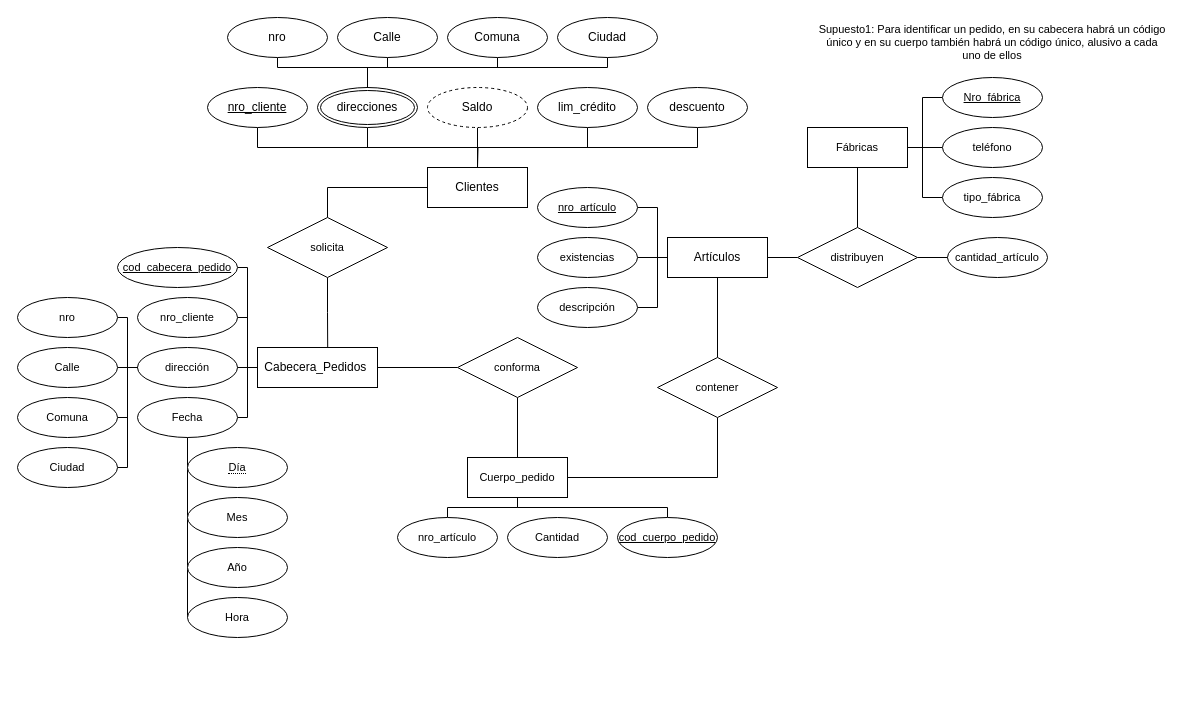
Before: Ventas-C09.drawio in Titosky21/Diagramas_E-R, a draw.io diagram. Source tidied: cells renumbered, new cells numbered last; positions are measured from the earlier drawing's top-left corner, leaving out a move shared by most shapes. Both pictures are drawn from the tidied source at 100%, with x=0, y=0 at pixel (17, 17).
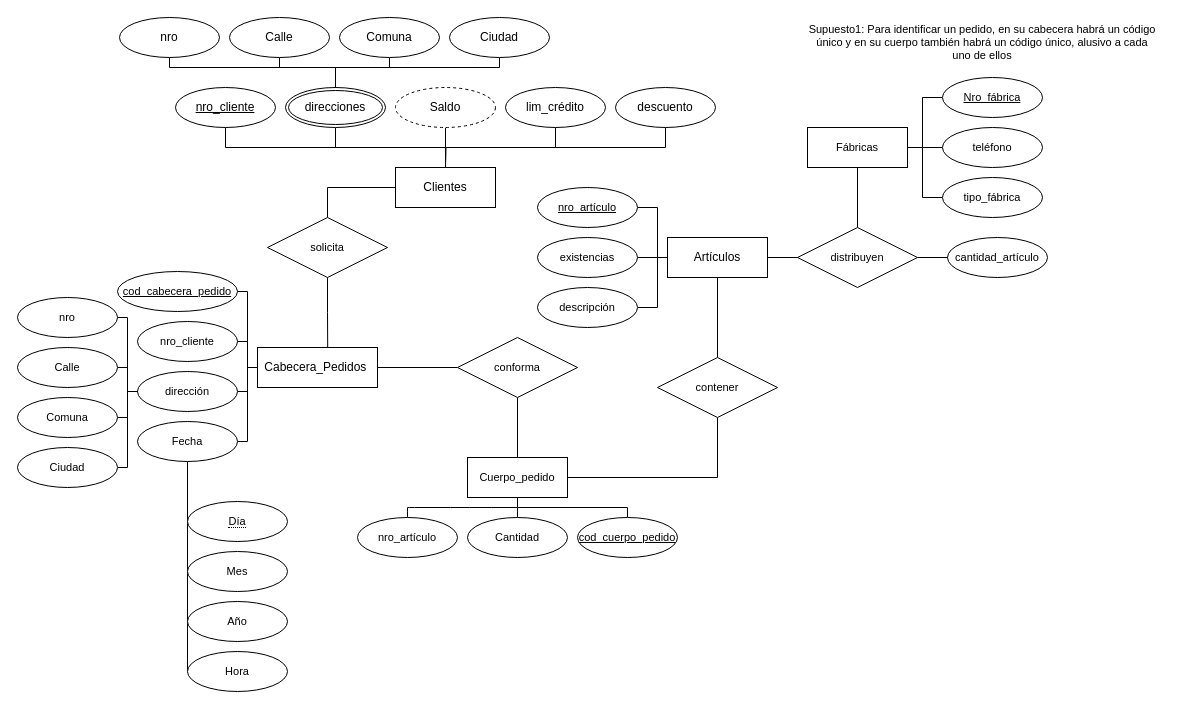
Above is the later version.

Unchanged cells that the change refers to:
```xml
<mxCell id="11" value="Cabecera_Pedidos&amp;nbsp;" style="whiteSpace=wrap;html=1;align=center;" parent="1" vertex="1">
  <mxGeometry x="240" y="330" width="120" height="40" as="geometry" />
</mxCell>
<mxCell id="40" value="Cuerpo_pedido" style="whiteSpace=wrap;html=1;align=center;fontFamily=Helvetica;fontSize=11;fontColor=default;" parent="1" vertex="1">
  <mxGeometry x="450" y="440" width="100" height="40" as="geometry" />
</mxCell>
<mxCell id="48" value="nro" style="ellipse;whiteSpace=wrap;html=1;align=center;fontFamily=Helvetica;fontSize=11;fontColor=default;" parent="1" vertex="1">
  <mxGeometry y="280" width="100" height="40" as="geometry" />
</mxCell>
<mxCell id="50" value="Calle" style="ellipse;whiteSpace=wrap;html=1;align=center;fontFamily=Helvetica;fontSize=11;fontColor=default;" parent="1" vertex="1">
  <mxGeometry y="330" width="100" height="40" as="geometry" />
</mxCell>
<mxCell id="52" value="Comuna" style="ellipse;whiteSpace=wrap;html=1;align=center;fontFamily=Helvetica;fontSize=11;fontColor=default;" parent="1" vertex="1">
  <mxGeometry y="380" width="100" height="40" as="geometry" />
</mxCell>
<mxCell id="54" value="Ciudad" style="ellipse;whiteSpace=wrap;html=1;align=center;fontFamily=Helvetica;fontSize=11;fontColor=default;" parent="1" vertex="1">
  <mxGeometry y="430" width="100" height="40" as="geometry" />
</mxCell>
<mxCell id="70" value="solicita" style="shape=rhombus;perimeter=rhombusPerimeter;whiteSpace=wrap;html=1;align=center;fontFamily=Helvetica;fontSize=11;fontColor=default;" parent="1" vertex="1">
  <mxGeometry x="250" y="200" width="120" height="60" as="geometry" />
</mxCell>
```

Change to the diagram source:
```diff
@@
-    <mxCell id="2" style="edgeStyle=orthogonalEdgeStyle;shape=connector;rounded=0;jettySize=auto;html=1;entryX=0.5;entryY=0;entryDx=0;entryDy=0;labelBackgroundColor=default;strokeColor=default;fontFamily=Helvetica;fontSize=11;fontColor=default;endArrow=none;endFill=0;" parent="1" edge="1" source="3" target="70">
-      <mxGeometry relative="1" as="geometry" />
+    <mxCell id="2" style="edgeStyle=orthogonalEdgeStyle;shape=connector;rounded=0;jettySize=auto;html=1;entryX=0.5;entryY=0;entryDx=0;entryDy=0;labelBackgroundColor=default;strokeColor=default;fontFamily=Helvetica;fontSize=11;fontColor=default;endArrow=none;endFill=0;" parent="1" edge="1" target="70">
+      <mxGeometry relative="1" as="geometry">
+        <mxPoint x="407" y="170" as="sourcePoint" />
+        <Array as="points">
+          <mxPoint x="310" y="170" />
+        </Array>
+      </mxGeometry>
     </mxCell>
     <mxCell id="3" value="Clientes" style="whiteSpace=wrap;html=1;align=center;" parent="1" vertex="1">
-      <mxGeometry x="410" y="150" width="100" height="40" as="geometry" />
+      <mxGeometry x="378" y="150" width="100" height="40" as="geometry" />
     </mxCell>
@@
     <mxCell id="6" style="edgeStyle=orthogonalEdgeStyle;shape=connector;rounded=0;jettySize=auto;html=1;exitX=0;exitY=0.5;exitDx=0;exitDy=0;entryX=1;entryY=0.5;entryDx=0;entryDy=0;labelBackgroundColor=default;strokeColor=default;fontFamily=Helvetica;fontSize=11;fontColor=default;endArrow=none;endFill=0;" parent="1" edge="1" source="11" target="67">
       <mxGeometry relative="1" as="geometry">
         <Array as="points">
           <mxPoint x="230" y="350" />
-          <mxPoint x="230" y="250" />
+          <mxPoint x="230" y="274" />
         </Array>
       </mxGeometry>
     </mxCell>
     <mxCell id="7" style="edgeStyle=orthogonalEdgeStyle;shape=connector;rounded=0;jettySize=auto;html=1;exitX=0;exitY=0.5;exitDx=0;exitDy=0;entryX=1;entryY=0.5;entryDx=0;entryDy=0;labelBackgroundColor=default;strokeColor=default;fontFamily=Helvetica;fontSize=11;fontColor=default;endArrow=none;endFill=0;" parent="1" edge="1" source="11" target="41">
       <mxGeometry relative="1" as="geometry">
         <Array as="points">
           <mxPoint x="230" y="350" />
-          <mxPoint x="230" y="300" />
+          <mxPoint x="230" y="324" />
         </Array>
       </mxGeometry>
     </mxCell>
-    <mxCell id="8" style="edgeStyle=orthogonalEdgeStyle;shape=connector;rounded=0;jettySize=auto;html=1;exitX=0;exitY=0.5;exitDx=0;exitDy=0;labelBackgroundColor=default;strokeColor=default;fontFamily=Helvetica;fontSize=11;fontColor=default;endArrow=none;endFill=0;" parent="1" edge="1" source="11" target="43">
-      <mxGeometry relative="1" as="geometry" />
+    <mxCell id="8" style="edgeStyle=orthogonalEdgeStyle;shape=connector;rounded=0;jettySize=auto;html=1;labelBackgroundColor=default;strokeColor=default;fontFamily=Helvetica;fontSize=11;fontColor=default;endArrow=none;endFill=0;" parent="1" edge="1" target="43">
+      <mxGeometry relative="1" as="geometry">
+        <mxPoint x="230" y="350" as="sourcePoint" />
+        <Array as="points">
+          <mxPoint x="230" y="374" />
+        </Array>
+      </mxGeometry>
     </mxCell>
     <mxCell id="9" style="edgeStyle=orthogonalEdgeStyle;shape=connector;rounded=0;jettySize=auto;html=1;exitX=0;exitY=0.5;exitDx=0;exitDy=0;entryX=1;entryY=0.5;entryDx=0;entryDy=0;labelBackgroundColor=default;strokeColor=default;fontFamily=Helvetica;fontSize=11;fontColor=default;endArrow=none;endFill=0;" parent="1" edge="1" source="11" target="47">
       <mxGeometry relative="1" as="geometry">
         <Array as="points">
           <mxPoint x="230" y="350" />
-          <mxPoint x="230" y="400" />
+          <mxPoint x="230" y="424" />
         </Array>
       </mxGeometry>
     </mxCell>
@@
     <mxCell id="13" value="nro_cliente" style="ellipse;whiteSpace=wrap;html=1;align=center;fontStyle=4;" parent="1" vertex="1">
-      <mxGeometry x="190" y="70" width="100" height="40" as="geometry" />
+      <mxGeometry x="158" y="70" width="100" height="40" as="geometry" />
     </mxCell>
@@
     <mxCell id="15" value="direcciones" style="ellipse;shape=doubleEllipse;margin=3;whiteSpace=wrap;html=1;align=center;" parent="1" vertex="1">
-      <mxGeometry x="300" y="70" width="100" height="40" as="geometry" />
+      <mxGeometry x="268" y="70" width="100" height="40" as="geometry" />
     </mxCell>
     <mxCell id="16" style="edgeStyle=orthogonalEdgeStyle;shape=connector;rounded=0;jettySize=auto;html=1;exitX=0.5;exitY=1;exitDx=0;exitDy=0;labelBackgroundColor=default;strokeColor=default;fontFamily=Helvetica;fontSize=11;fontColor=default;endArrow=none;endFill=0;" parent="1" edge="1" source="17" target="15">
       <mxGeometry relative="1" as="geometry">
         <Array as="points">
-          <mxPoint x="260" y="50" />
-          <mxPoint x="350" y="50" />
+          <mxPoint x="152" y="50" />
+          <mxPoint x="318" y="50" />
         </Array>
       </mxGeometry>
     </mxCell>
     <mxCell id="17" value="nro" style="ellipse;whiteSpace=wrap;html=1;align=center;" parent="1" vertex="1">
-      <mxGeometry x="210" width="100" height="40" as="geometry" />
+      <mxGeometry x="102" width="100" height="40" as="geometry" />
     </mxCell>
     <mxCell id="18" style="edgeStyle=orthogonalEdgeStyle;shape=connector;rounded=0;jettySize=auto;html=1;exitX=0.5;exitY=1;exitDx=0;exitDy=0;entryX=0.5;entryY=0;entryDx=0;entryDy=0;labelBackgroundColor=default;strokeColor=default;fontFamily=Helvetica;fontSize=11;fontColor=default;endArrow=none;endFill=0;" parent="1" edge="1" source="19" target="15">
       <mxGeometry relative="1" as="geometry">
         <Array as="points">
-          <mxPoint x="370" y="50" />
-          <mxPoint x="350" y="50" />
+          <mxPoint x="262" y="50" />
+          <mxPoint x="318" y="50" />
         </Array>
       </mxGeometry>
     </mxCell>
     <mxCell id="19" value="Calle" style="ellipse;whiteSpace=wrap;html=1;align=center;" parent="1" vertex="1">
-      <mxGeometry x="320" width="100" height="40" as="geometry" />
+      <mxGeometry x="212" width="100" height="40" as="geometry" />
     </mxCell>
-    <mxCell id="20" style="edgeStyle=orthogonalEdgeStyle;shape=connector;rounded=0;jettySize=auto;html=1;labelBackgroundColor=default;strokeColor=default;fontFamily=Helvetica;fontSize=11;fontColor=default;endArrow=none;endFill=0;" parent="1" edge="1" source="21" target="15">
+    <mxCell id="20" style="edgeStyle=orthogonalEdgeStyle;shape=connector;rounded=0;jettySize=auto;html=1;labelBackgroundColor=default;strokeColor=default;fontFamily=Helvetica;fontSize=11;fontColor=default;endArrow=none;endFill=0;exitX=0.5;exitY=1;exitDx=0;exitDy=0;" parent="1" edge="1" source="21" target="15">
       <mxGeometry relative="1" as="geometry">
         <Array as="points">
-          <mxPoint x="480" y="50" />
-          <mxPoint x="350" y="50" />
+          <mxPoint x="372" y="50" />
+          <mxPoint x="318" y="50" />
         </Array>
       </mxGeometry>
     </mxCell>
     <mxCell id="21" value="Comuna" style="ellipse;whiteSpace=wrap;html=1;align=center;" parent="1" vertex="1">
-      <mxGeometry x="430" width="100" height="40" as="geometry" />
+      <mxGeometry x="322" width="100" height="40" as="geometry" />
     </mxCell>
-    <mxCell id="22" style="edgeStyle=orthogonalEdgeStyle;shape=connector;rounded=0;jettySize=auto;html=1;labelBackgroundColor=default;strokeColor=default;fontFamily=Helvetica;fontSize=11;fontColor=default;endArrow=none;endFill=0;" parent="1" edge="1" source="23">
+    <mxCell id="22" style="edgeStyle=orthogonalEdgeStyle;shape=connector;rounded=0;jettySize=auto;html=1;labelBackgroundColor=default;strokeColor=default;fontFamily=Helvetica;fontSize=11;fontColor=default;endArrow=none;endFill=0;exitX=0.5;exitY=1;exitDx=0;exitDy=0;" parent="1" edge="1" source="23">
       <mxGeometry relative="1" as="geometry">
-        <mxPoint x="350" y="70" as="targetPoint" />
+        <mxPoint x="318" y="70" as="targetPoint" />
         <Array as="points">
-          <mxPoint x="590" y="50" />
-          <mxPoint x="350" y="50" />
+          <mxPoint x="482" y="50" />
+          <mxPoint x="318" y="50" />
         </Array>
       </mxGeometry>
     </mxCell>
     <mxCell id="23" value="Ciudad" style="ellipse;whiteSpace=wrap;html=1;align=center;" parent="1" vertex="1">
-      <mxGeometry x="540" width="100" height="40" as="geometry" />
+      <mxGeometry x="432" width="100" height="40" as="geometry" />
     </mxCell>
     <mxCell id="24" style="edgeStyle=orthogonalEdgeStyle;shape=connector;rounded=0;jettySize=auto;html=1;labelBackgroundColor=default;strokeColor=default;fontFamily=Helvetica;fontSize=11;fontColor=default;endArrow=none;endFill=0;" parent="1" edge="1" source="25">
       <mxGeometry relative="1" as="geometry">
-        <mxPoint x="460" y="150" as="targetPoint" />
+        <mxPoint x="428" y="150" as="targetPoint" />
       </mxGeometry>
     </mxCell>
     <mxCell id="25" value="Saldo" style="ellipse;whiteSpace=wrap;html=1;align=center;dashed=1;" parent="1" vertex="1">
-      <mxGeometry x="410" y="70" width="100" height="40" as="geometry" />
+      <mxGeometry x="378" y="70" width="100" height="40" as="geometry" />
     </mxCell>
     <mxCell id="26" style="edgeStyle=orthogonalEdgeStyle;shape=connector;rounded=0;jettySize=auto;html=1;exitX=0.5;exitY=1;exitDx=0;exitDy=0;labelBackgroundColor=default;strokeColor=default;fontFamily=Helvetica;fontSize=11;fontColor=default;endArrow=none;endFill=0;" parent="1" edge="1" source="27">
       <mxGeometry relative="1" as="geometry">
-        <mxPoint x="460" y="150" as="targetPoint" />
+        <mxPoint x="428" y="150" as="targetPoint" />
       </mxGeometry>
     </mxCell>
     <mxCell id="27" value="lim_crédito" style="ellipse;whiteSpace=wrap;html=1;align=center;" parent="1" vertex="1">
-      <mxGeometry x="520" y="70" width="100" height="40" as="geometry" />
+      <mxGeometry x="488" y="70" width="100" height="40" as="geometry" />
     </mxCell>
     <mxCell id="28" style="edgeStyle=orthogonalEdgeStyle;shape=connector;rounded=0;jettySize=auto;html=1;labelBackgroundColor=default;strokeColor=default;fontFamily=Helvetica;fontSize=11;fontColor=default;endArrow=none;endFill=0;" parent="1" edge="1" source="29" target="3">
       <mxGeometry relative="1" as="geometry">
         <Array as="points">
-          <mxPoint x="680" y="130" />
-          <mxPoint x="460" y="130" />
+          <mxPoint x="648" y="130" />
+          <mxPoint x="428" y="130" />
         </Array>
       </mxGeometry>
     </mxCell>
     <mxCell id="29" value="descuento" style="ellipse;whiteSpace=wrap;html=1;align=center;" parent="1" vertex="1">
-      <mxGeometry x="630" y="70" width="100" height="40" as="geometry" />
+      <mxGeometry x="598" y="70" width="100" height="40" as="geometry" />
     </mxCell>
@@
-    <mxCell id="37" style="edgeStyle=orthogonalEdgeStyle;shape=connector;rounded=0;jettySize=auto;html=1;exitX=0.5;exitY=1;exitDx=0;exitDy=0;entryX=0.5;entryY=0;entryDx=0;entryDy=0;labelBackgroundColor=default;strokeColor=default;fontFamily=Helvetica;fontSize=11;fontColor=default;endArrow=none;endFill=0;" parent="1" edge="1" source="40" target="59">
-      <mxGeometry relative="1" as="geometry">
-        <Array as="points">
-          <mxPoint x="500" y="490" />
-          <mxPoint x="430" y="490" />
-        </Array>
-      </mxGeometry>
-    </mxCell>
     <mxCell id="38" style="edgeStyle=orthogonalEdgeStyle;shape=connector;rounded=0;jettySize=auto;html=1;entryX=0.5;entryY=0;entryDx=0;entryDy=0;labelBackgroundColor=default;strokeColor=default;fontFamily=Helvetica;fontSize=11;fontColor=default;endArrow=none;endFill=0;" parent="1" edge="1" source="40" target="68">
       <mxGeometry relative="1" as="geometry">
         <Array as="points">
           <mxPoint x="500" y="490" />
-          <mxPoint x="650" y="490" />
+          <mxPoint x="610" y="490" />
         </Array>
       </mxGeometry>
     </mxCell>
@@
     <mxCell id="41" value="nro_cliente" style="ellipse;whiteSpace=wrap;html=1;align=center;fontFamily=Helvetica;fontSize=11;fontColor=default;" parent="1" vertex="1">
-      <mxGeometry x="120" y="280" width="100" height="40" as="geometry" />
+      <mxGeometry x="120" y="304" width="100" height="40" as="geometry" />
     </mxCell>
     <mxCell id="42" style="edgeStyle=orthogonalEdgeStyle;shape=connector;rounded=0;jettySize=auto;html=1;exitX=0;exitY=0.5;exitDx=0;exitDy=0;entryX=1;entryY=0.5;entryDx=0;entryDy=0;labelBackgroundColor=default;strokeColor=default;fontFamily=Helvetica;fontSize=11;fontColor=default;endArrow=none;endFill=0;" parent="1" edge="1" source="43" target="48">
       <mxGeometry relative="1" as="geometry">
         <Array as="points">
-          <mxPoint x="110" y="350" />
+          <mxPoint x="110" y="374" />
           <mxPoint x="110" y="300" />
         </Array>
       </mxGeometry>
     </mxCell>
     <mxCell id="43" value="dirección" style="ellipse;whiteSpace=wrap;html=1;align=center;fontFamily=Helvetica;fontSize=11;fontColor=default;" parent="1" vertex="1">
-      <mxGeometry x="120" y="330" width="100" height="40" as="geometry" />
+      <mxGeometry x="120" y="354" width="100" height="40" as="geometry" />
     </mxCell>
@@
     <mxCell id="47" value="Fecha" style="ellipse;whiteSpace=wrap;html=1;align=center;fontFamily=Helvetica;fontSize=11;fontColor=default;" parent="1" vertex="1">
-      <mxGeometry x="120" y="380" width="100" height="40" as="geometry" />
+      <mxGeometry x="120" y="404" width="100" height="40" as="geometry" />
     </mxCell>
@@
     <mxCell id="49" style="edgeStyle=orthogonalEdgeStyle;shape=connector;rounded=0;jettySize=auto;html=1;exitX=1;exitY=0.5;exitDx=0;exitDy=0;entryX=0;entryY=0.5;entryDx=0;entryDy=0;labelBackgroundColor=default;strokeColor=default;fontFamily=Helvetica;fontSize=11;fontColor=default;endArrow=none;endFill=0;" parent="1" edge="1" source="50" target="43">
-      <mxGeometry relative="1" as="geometry" />
+      <mxGeometry relative="1" as="geometry">
+        <Array as="points">
+          <mxPoint x="110" y="350" />
+          <mxPoint x="110" y="374" />
+        </Array>
+      </mxGeometry>
     </mxCell>
@@
     <mxCell id="51" style="edgeStyle=orthogonalEdgeStyle;shape=connector;rounded=0;jettySize=auto;html=1;exitX=1;exitY=0.5;exitDx=0;exitDy=0;labelBackgroundColor=default;strokeColor=default;fontFamily=Helvetica;fontSize=11;fontColor=default;endArrow=none;endFill=0;" parent="1" edge="1" source="52">
       <mxGeometry relative="1" as="geometry">
-        <mxPoint x="120" y="350" as="targetPoint" />
+        <mxPoint x="120" y="374" as="targetPoint" />
         <Array as="points">
           <mxPoint x="110" y="400" />
-          <mxPoint x="110" y="350" />
+          <mxPoint x="110" y="374" />
         </Array>
       </mxGeometry>
     </mxCell>
@@
     <mxCell id="53" style="edgeStyle=orthogonalEdgeStyle;shape=connector;rounded=0;jettySize=auto;html=1;exitX=1;exitY=0.5;exitDx=0;exitDy=0;labelBackgroundColor=default;strokeColor=default;fontFamily=Helvetica;fontSize=11;fontColor=default;endArrow=none;endFill=0;" parent="1" edge="1" source="54">
       <mxGeometry relative="1" as="geometry">
-        <mxPoint x="120" y="350" as="targetPoint" />
+        <mxPoint x="120" y="374" as="targetPoint" />
         <Array as="points">
           <mxPoint x="110" y="450" />
-          <mxPoint x="110" y="350" />
+          <mxPoint x="110" y="374" />
         </Array>
       </mxGeometry>
     </mxCell>
@@
     <mxCell id="55" value="&lt;span style=&quot;border-bottom: 1px dotted&quot;&gt;Día&lt;/span&gt;" style="ellipse;whiteSpace=wrap;html=1;align=center;fontFamily=Helvetica;fontSize=11;fontColor=default;" parent="1" vertex="1">
-      <mxGeometry x="170" y="430" width="100" height="40" as="geometry" />
+      <mxGeometry x="170" y="484" width="100" height="40" as="geometry" />
     </mxCell>
     <mxCell id="56" value="Mes" style="ellipse;whiteSpace=wrap;html=1;align=center;fontFamily=Helvetica;fontSize=11;fontColor=default;" parent="1" vertex="1">
-      <mxGeometry x="170" y="480" width="100" height="40" as="geometry" />
+      <mxGeometry x="170" y="534" width="100" height="40" as="geometry" />
     </mxCell>
     <mxCell id="57" value="Año" style="ellipse;whiteSpace=wrap;html=1;align=center;fontFamily=Helvetica;fontSize=11;fontColor=default;" parent="1" vertex="1">
-      <mxGeometry x="170" y="530" width="100" height="40" as="geometry" />
+      <mxGeometry x="170" y="584" width="100" height="40" as="geometry" />
     </mxCell>
     <mxCell id="58" value="Hora" style="ellipse;whiteSpace=wrap;html=1;align=center;fontFamily=Helvetica;fontSize=11;fontColor=default;" parent="1" vertex="1">
-      <mxGeometry x="170" y="580" width="100" height="40" as="geometry" />
+      <mxGeometry x="170" y="634" width="100" height="40" as="geometry" />
     </mxCell>
     <mxCell id="59" value="nro_artículo" style="ellipse;whiteSpace=wrap;html=1;align=center;fontFamily=Helvetica;fontSize=11;fontColor=default;" parent="1" vertex="1">
-      <mxGeometry x="380" y="500" width="100" height="40" as="geometry" />
+      <mxGeometry x="340" y="500" width="100" height="40" as="geometry" />
     </mxCell>
     <mxCell id="60" value="Cantidad" style="ellipse;whiteSpace=wrap;html=1;align=center;fontFamily=Helvetica;fontSize=11;fontColor=default;" parent="1" vertex="1">
-      <mxGeometry x="490" y="500" width="100" height="40" as="geometry" />
+      <mxGeometry x="450" y="500" width="100" height="40" as="geometry" />
     </mxCell>
@@
     <mxCell id="66" value="Supuesto1: Para identificar un pedido, en su cabecera habrá un código único y en su cuerpo también habrá un código único, alusivo a cada uno de ellos" style="text;html=1;strokeColor=none;fillColor=none;align=center;verticalAlign=middle;whiteSpace=wrap;rounded=0;fontSize=11;fontFamily=Helvetica;fontColor=default;" parent="1" vertex="1">
-      <mxGeometry x="800" width="350" height="50" as="geometry" />
+      <mxGeometry x="790" width="350" height="50" as="geometry" />
     </mxCell>
     <mxCell id="67" value="cod_cabecera_pedido" style="ellipse;whiteSpace=wrap;html=1;align=center;fontStyle=4;fontFamily=Helvetica;fontSize=11;fontColor=default;" parent="1" vertex="1">
-      <mxGeometry x="100" y="230" width="120" height="40" as="geometry" />
+      <mxGeometry x="100" y="254" width="120" height="40" as="geometry" />
     </mxCell>
     <mxCell id="68" value="cod_cuerpo_pedido" style="ellipse;whiteSpace=wrap;html=1;align=center;fontStyle=4;fontFamily=Helvetica;fontSize=11;fontColor=default;" parent="1" vertex="1">
-      <mxGeometry x="600" y="500" width="100" height="40" as="geometry" />
+      <mxGeometry x="560" y="500" width="100" height="40" as="geometry" />
     </mxCell>
@@
+    <mxCell id="80" style="endArrow=none;html=1;rounded=0;fontSize=12;startSize=8;endSize=8;curved=1;exitX=0.5;exitY=0;exitDx=0;exitDy=0;" parent="1" edge="1" source="60">
+      <mxGeometry relative="1" as="geometry">
+        <mxPoint x="500" y="490" as="targetPoint" />
+      </mxGeometry>
+    </mxCell>
+    <mxCell id="81" style="endArrow=none;html=1;rounded=0;fontSize=12;startSize=8;endSize=8;curved=1;" parent="1" edge="1">
+      <mxGeometry relative="1" as="geometry">
+        <mxPoint x="390" y="490" as="sourcePoint" />
+        <mxPoint x="500" y="490" as="targetPoint" />
+      </mxGeometry>
+    </mxCell>
+    <mxCell id="82" style="endArrow=none;html=1;rounded=0;fontSize=12;startSize=8;endSize=8;curved=1;exitX=0.5;exitY=0;exitDx=0;exitDy=0;" parent="1" edge="1" source="59">
+      <mxGeometry relative="1" as="geometry">
+        <mxPoint x="390" y="490" as="targetPoint" />
+      </mxGeometry>
+    </mxCell>
```
